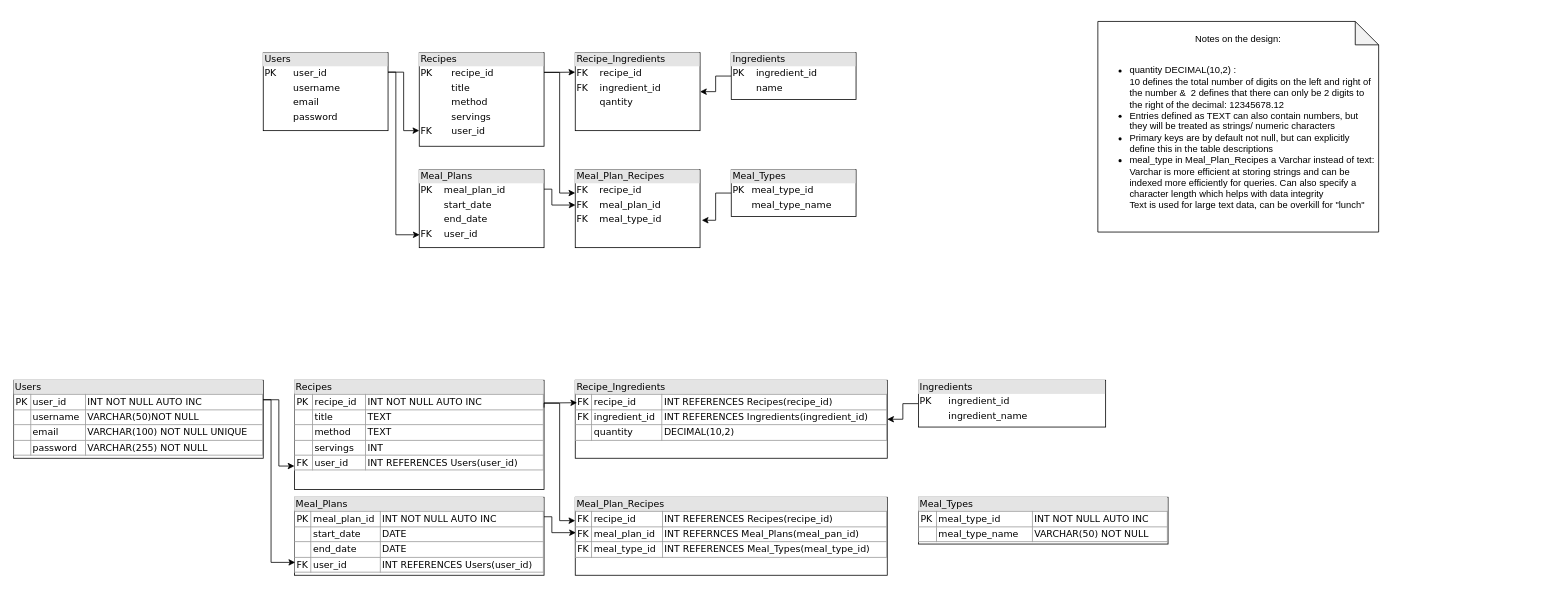
Before: _documentation/MealPlanner.drawio in dmcneill15/IOD-Capstone-MealPlanner, a draw.io diagram. Source tidied: cells renumbered, new cells numbered last; positions are measured from the earlier drawing's top-left corner, leaving out a move shared by most shapes. Both pictures are drawn from the tidied source at 78%, with x=0, y=0 at pixel (13, 21).
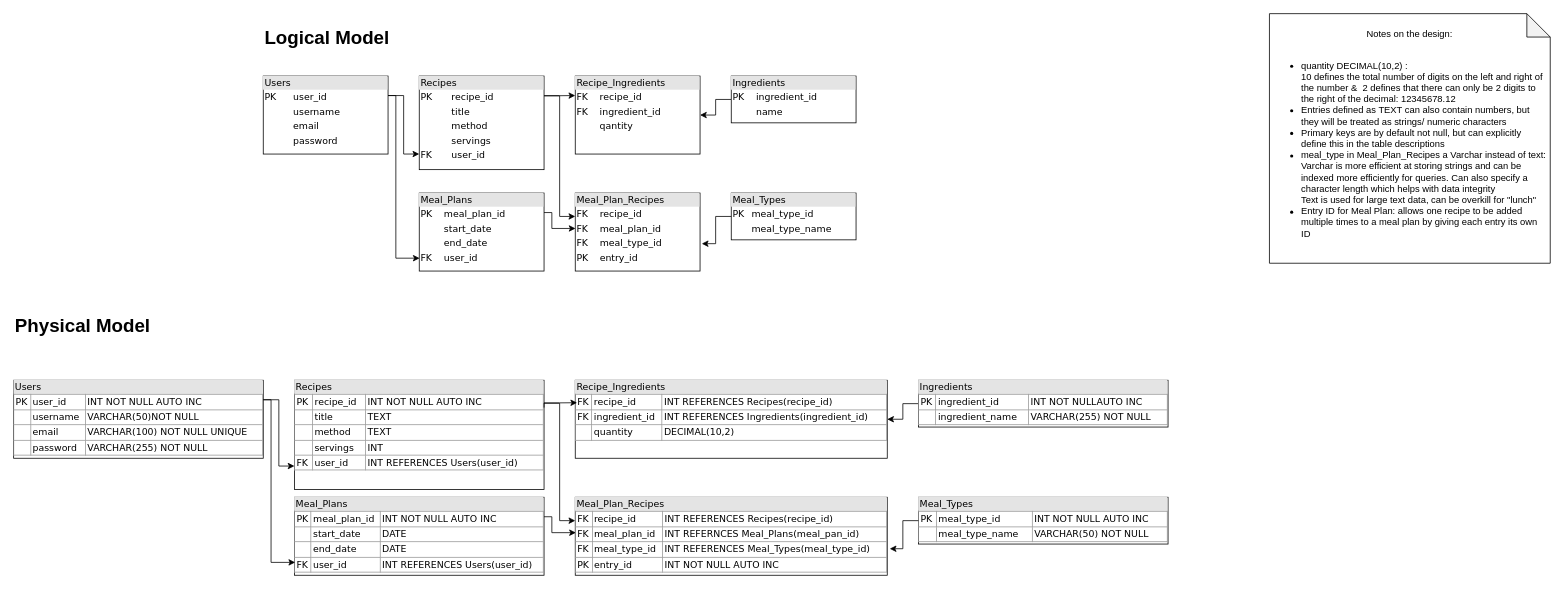
After the change.

Unchanged cells that the change refers to:
```xml
<mxCell id="27" value="&lt;div style=&quot;box-sizing: border-box ; width: 100% ; background: #e4e4e4 ; padding: 2px&quot;&gt;Meal_Types&lt;/div&gt;&lt;table border=&quot;1&quot; style=&quot;width: 100%; font-size: 1em; border: 1px solid rgb(153, 153, 153); border-collapse: collapse;&quot; cellpadding=&quot;2&quot; cellspacing=&quot;0&quot;&gt;&lt;tbody&gt;&lt;tr&gt;&lt;td&gt;PK&lt;/td&gt;&lt;td&gt;meal_type_id&lt;/td&gt;&lt;td&gt;INT NOT NULL AUTO INC&lt;/td&gt;&lt;/tr&gt;&lt;tr&gt;&lt;td&gt;&lt;br&gt;&lt;/td&gt;&lt;td&gt;meal_type_name&lt;/td&gt;&lt;td&gt;VARCHAR(50) NOT NULL&lt;/td&gt;&lt;/tr&gt;&lt;/tbody&gt;&lt;/table&gt;" style="verticalAlign=top;align=left;overflow=fill;html=1;rounded=0;shadow=0;comic=0;labelBackgroundColor=none;strokeWidth=1;fontFamily=Verdana;fontSize=12;" parent="1" vertex="1">
  <mxGeometry x="1160" y="610" width="320" height="60" as="geometry" />
</mxCell>
```

Diff of the diagram source:
```diff
@@
     <mxCell id="2" value="&lt;div style=&quot;box-sizing: border-box ; width: 100% ; background: #e4e4e4 ; padding: 2px&quot;&gt;Users&lt;/div&gt;&lt;table style=&quot;width: 100% ; font-size: 1em&quot; cellpadding=&quot;2&quot; cellspacing=&quot;0&quot;&gt;&lt;tbody&gt;&lt;tr&gt;&lt;td&gt;PK&lt;/td&gt;&lt;td&gt;user_id&lt;/td&gt;&lt;/tr&gt;&lt;tr&gt;&lt;td&gt;&lt;br&gt;&lt;/td&gt;&lt;td&gt;username&lt;/td&gt;&lt;/tr&gt;&lt;tr&gt;&lt;td&gt;&lt;/td&gt;&lt;td&gt;email&lt;/td&gt;&lt;/tr&gt;&lt;tr&gt;&lt;td&gt;&lt;br&gt;&lt;/td&gt;&lt;td&gt;password&lt;br&gt;&lt;/td&gt;&lt;/tr&gt;&lt;/tbody&gt;&lt;/table&gt;" style="verticalAlign=top;align=left;overflow=fill;html=1;rounded=0;shadow=0;comic=0;labelBackgroundColor=none;strokeWidth=1;fontFamily=Verdana;fontSize=12;" parent="1" vertex="1">
-      <mxGeometry x="320" y="40" width="160" height="100" as="geometry" />
+      <mxGeometry x="320" y="70" width="160" height="100" as="geometry" />
     </mxCell>
@@
     <mxCell id="4" style="edgeStyle=orthogonalEdgeStyle;rounded=0;jettySize=auto;html=1;exitX=0.996;exitY=0.211;exitDx=0;exitDy=0;entryX=0;entryY=0.3;entryDx=0;entryDy=0;entryPerimeter=0;exitPerimeter=0;" parent="1" edge="1" source="5" target="10">
       <mxGeometry relative="1" as="geometry">
         <Array as="points">
-          <mxPoint x="700" y="65" />
-          <mxPoint x="700" y="220" />
+          <mxPoint x="700" y="95" />
+          <mxPoint x="700" y="250" />
         </Array>
       </mxGeometry>
     </mxCell>
     <mxCell id="5" value="&lt;div style=&quot;box-sizing: border-box ; width: 100% ; background: #e4e4e4 ; padding: 2px&quot;&gt;Recipes&lt;/div&gt;&lt;table style=&quot;width: 100% ; font-size: 1em&quot; cellpadding=&quot;2&quot; cellspacing=&quot;0&quot;&gt;&lt;tbody&gt;&lt;tr&gt;&lt;td&gt;PK&lt;/td&gt;&lt;td&gt;recipe_id&lt;/td&gt;&lt;/tr&gt;&lt;tr&gt;&lt;td&gt;&lt;br&gt;&lt;/td&gt;&lt;td&gt;title&lt;/td&gt;&lt;/tr&gt;&lt;tr&gt;&lt;td&gt;&lt;/td&gt;&lt;td&gt;method&lt;/td&gt;&lt;/tr&gt;&lt;tr&gt;&lt;td&gt;&lt;br&gt;&lt;/td&gt;&lt;td&gt;servings&lt;br&gt;&lt;/td&gt;&lt;/tr&gt;&lt;tr&gt;&lt;td&gt;FK&lt;/td&gt;&lt;td&gt;user_id&lt;/td&gt;&lt;/tr&gt;&lt;/tbody&gt;&lt;/table&gt;" style="verticalAlign=top;align=left;overflow=fill;html=1;rounded=0;shadow=0;comic=0;labelBackgroundColor=none;strokeWidth=1;fontFamily=Verdana;fontSize=12;" parent="1" vertex="1">
-      <mxGeometry x="520" y="40" width="160" height="120" as="geometry" />
+      <mxGeometry x="520" y="70" width="160" height="120" as="geometry" />
     </mxCell>
     <mxCell id="6" value="&lt;div style=&quot;box-sizing: border-box ; width: 100% ; background: #e4e4e4 ; padding: 2px&quot;&gt;Meal_Plans&lt;/div&gt;&lt;table style=&quot;width: 100% ; font-size: 1em&quot; cellpadding=&quot;2&quot; cellspacing=&quot;0&quot;&gt;&lt;tbody&gt;&lt;tr&gt;&lt;td&gt;PK&lt;/td&gt;&lt;td&gt;meal_plan_id&lt;/td&gt;&lt;/tr&gt;&lt;tr&gt;&lt;td&gt;&lt;br&gt;&lt;/td&gt;&lt;td&gt;start_date&lt;/td&gt;&lt;/tr&gt;&lt;tr&gt;&lt;td&gt;&lt;/td&gt;&lt;td&gt;end_date&lt;/td&gt;&lt;/tr&gt;&lt;tr&gt;&lt;td&gt;FK&lt;/td&gt;&lt;td&gt;user_id&lt;/td&gt;&lt;/tr&gt;&lt;/tbody&gt;&lt;/table&gt;" style="verticalAlign=top;align=left;overflow=fill;html=1;rounded=0;shadow=0;comic=0;labelBackgroundColor=none;strokeWidth=1;fontFamily=Verdana;fontSize=12;" parent="1" vertex="1">
-      <mxGeometry x="520" y="190" width="160" height="100" as="geometry" />
+      <mxGeometry x="520" y="220" width="160" height="100" as="geometry" />
     </mxCell>
@@
     <mxCell id="8" value="&lt;div style=&quot;box-sizing: border-box ; width: 100% ; background: #e4e4e4 ; padding: 2px&quot;&gt;Ingredients&lt;/div&gt;&lt;table style=&quot;width: 100% ; font-size: 1em&quot; cellpadding=&quot;2&quot; cellspacing=&quot;0&quot;&gt;&lt;tbody&gt;&lt;tr&gt;&lt;td&gt;PK&lt;/td&gt;&lt;td&gt;ingredient_id&lt;/td&gt;&lt;/tr&gt;&lt;tr&gt;&lt;td&gt;&lt;br&gt;&lt;/td&gt;&lt;td&gt;name&lt;/td&gt;&lt;/tr&gt;&lt;/tbody&gt;&lt;/table&gt;" style="verticalAlign=top;align=left;overflow=fill;html=1;rounded=0;shadow=0;comic=0;labelBackgroundColor=none;strokeWidth=1;fontFamily=Verdana;fontSize=12;" parent="1" vertex="1">
-      <mxGeometry x="920" y="40" width="160" height="60" as="geometry" />
+      <mxGeometry x="920" y="70" width="160" height="60" as="geometry" />
     </mxCell>
     <mxCell id="9" value="&lt;div style=&quot;box-sizing: border-box ; width: 100% ; background: #e4e4e4 ; padding: 2px&quot;&gt;Recipe_Ingredients&lt;/div&gt;&lt;table style=&quot;width: 100% ; font-size: 1em&quot; cellpadding=&quot;2&quot; cellspacing=&quot;0&quot;&gt;&lt;tbody&gt;&lt;tr&gt;&lt;td&gt;FK&lt;/td&gt;&lt;td&gt;recipe_id&lt;/td&gt;&lt;/tr&gt;&lt;tr&gt;&lt;td&gt;FK&lt;/td&gt;&lt;td&gt;ingredient_id&lt;/td&gt;&lt;/tr&gt;&lt;tr&gt;&lt;td&gt;&lt;br&gt;&lt;/td&gt;&lt;td&gt;qantity&lt;/td&gt;&lt;/tr&gt;&lt;/tbody&gt;&lt;/table&gt;" style="verticalAlign=top;align=left;overflow=fill;html=1;rounded=0;shadow=0;comic=0;labelBackgroundColor=none;strokeWidth=1;fontFamily=Verdana;fontSize=12;" parent="1" vertex="1">
-      <mxGeometry x="720" y="40" width="160" height="100" as="geometry" />
+      <mxGeometry x="720" y="70" width="160" height="100" as="geometry" />
     </mxCell>
-    <mxCell id="10" value="&lt;div style=&quot;box-sizing: border-box ; width: 100% ; background: #e4e4e4 ; padding: 2px&quot;&gt;Meal_Plan_Recipes&lt;/div&gt;&lt;table style=&quot;width: 100% ; font-size: 1em&quot; cellpadding=&quot;2&quot; cellspacing=&quot;0&quot;&gt;&lt;tbody&gt;&lt;tr&gt;&lt;td&gt;FK&lt;/td&gt;&lt;td&gt;recipe_id&lt;/td&gt;&lt;/tr&gt;&lt;tr&gt;&lt;td&gt;FK&lt;/td&gt;&lt;td&gt;meal_plan_id&lt;/td&gt;&lt;/tr&gt;&lt;tr&gt;&lt;td&gt;FK&lt;/td&gt;&lt;td&gt;meal_type_id&lt;/td&gt;&lt;/tr&gt;&lt;/tbody&gt;&lt;/table&gt;" style="verticalAlign=top;align=left;overflow=fill;html=1;rounded=0;shadow=0;comic=0;labelBackgroundColor=none;strokeWidth=1;fontFamily=Verdana;fontSize=12;" parent="1" vertex="1">
-      <mxGeometry x="720" y="190" width="160" height="100" as="geometry" />
+    <mxCell id="10" value="&lt;div style=&quot;box-sizing: border-box ; width: 100% ; background: #e4e4e4 ; padding: 2px&quot;&gt;Meal_Plan_Recipes&lt;/div&gt;&lt;table style=&quot;width: 100% ; font-size: 1em&quot; cellpadding=&quot;2&quot; cellspacing=&quot;0&quot;&gt;&lt;tbody&gt;&lt;tr&gt;&lt;td&gt;FK&lt;/td&gt;&lt;td&gt;recipe_id&lt;/td&gt;&lt;/tr&gt;&lt;tr&gt;&lt;td&gt;FK&lt;/td&gt;&lt;td&gt;meal_plan_id&lt;/td&gt;&lt;/tr&gt;&lt;tr&gt;&lt;td&gt;FK&lt;/td&gt;&lt;td&gt;meal_type_id&lt;/td&gt;&lt;/tr&gt;&lt;tr&gt;&lt;td&gt;PK&lt;/td&gt;&lt;td&gt;entry_id&lt;/td&gt;&lt;/tr&gt;&lt;/tbody&gt;&lt;/table&gt;" style="verticalAlign=top;align=left;overflow=fill;html=1;rounded=0;shadow=0;comic=0;labelBackgroundColor=none;strokeWidth=1;fontFamily=Verdana;fontSize=12;" parent="1" vertex="1">
+      <mxGeometry x="720" y="220" width="160" height="100" as="geometry" />
     </mxCell>
@@
     <mxCell id="12" style="edgeStyle=orthogonalEdgeStyle;rounded=0;jettySize=auto;html=1;exitX=1;exitY=0.25;exitDx=0;exitDy=0;entryX=0.003;entryY=0.835;entryDx=0;entryDy=0;entryPerimeter=0;" parent="1" edge="1" source="2" target="6">
       <mxGeometry relative="1" as="geometry">
         <Array as="points">
-          <mxPoint x="490" y="65" />
-          <mxPoint x="490" y="274" />
+          <mxPoint x="490" y="95" />
+          <mxPoint x="490" y="304" />
         </Array>
       </mxGeometry>
     </mxCell>
     <mxCell id="13" style="edgeStyle=orthogonalEdgeStyle;rounded=0;jettySize=auto;html=1;exitX=1;exitY=0.25;exitDx=0;exitDy=0;entryX=0.002;entryY=0.454;entryDx=0;entryDy=0;entryPerimeter=0;" parent="1" edge="1" source="6" target="10">
       <mxGeometry relative="1" as="geometry">
         <Array as="points">
-          <mxPoint x="690" y="215" />
-          <mxPoint x="690" y="235" />
+          <mxPoint x="690" y="245" />
+          <mxPoint x="690" y="265" />
         </Array>
       </mxGeometry>
     </mxCell>
@@
-    <mxCell id="19" value="&lt;div style=&quot;box-sizing: border-box ; width: 100% ; background: #e4e4e4 ; padding: 2px&quot;&gt;Ingredients&lt;/div&gt;&lt;table style=&quot;width: 100% ; font-size: 1em&quot; cellpadding=&quot;2&quot; cellspacing=&quot;0&quot;&gt;&lt;tbody&gt;&lt;tr&gt;&lt;td&gt;PK&lt;/td&gt;&lt;td&gt;ingredient_id&lt;/td&gt;&lt;/tr&gt;&lt;tr&gt;&lt;td&gt;&lt;br&gt;&lt;/td&gt;&lt;td&gt;ingredient_name&lt;/td&gt;&lt;/tr&gt;&lt;/tbody&gt;&lt;/table&gt;" style="verticalAlign=top;align=left;overflow=fill;html=1;rounded=0;shadow=0;comic=0;labelBackgroundColor=none;strokeWidth=1;fontFamily=Verdana;fontSize=12;" parent="1" vertex="1">
-      <mxGeometry x="1160" y="460" width="240" height="60" as="geometry" />
+    <mxCell id="19" value="&lt;div style=&quot;box-sizing: border-box ; width: 100% ; background: #e4e4e4 ; padding: 2px&quot;&gt;Ingredients&lt;/div&gt;&lt;table border=&quot;1&quot; style=&quot;width: 100%; font-size: 1em; border: 1px solid rgb(153, 153, 153); border-collapse: collapse;&quot; cellpadding=&quot;2&quot; cellspacing=&quot;0&quot;&gt;&lt;tbody&gt;&lt;tr&gt;&lt;td&gt;PK&lt;/td&gt;&lt;td&gt;ingredient_id&lt;/td&gt;&lt;td&gt;INT NOT NULLAUTO INC&lt;/td&gt;&lt;/tr&gt;&lt;tr&gt;&lt;td&gt;&lt;br&gt;&lt;/td&gt;&lt;td&gt;ingredient_name&lt;/td&gt;&lt;td&gt;VARCHAR(255) NOT NULL&lt;/td&gt;&lt;/tr&gt;&lt;/tbody&gt;&lt;/table&gt;" style="verticalAlign=top;align=left;overflow=fill;html=1;rounded=0;shadow=0;comic=0;labelBackgroundColor=none;strokeWidth=1;fontFamily=Verdana;fontSize=12;" parent="1" vertex="1">
+      <mxGeometry x="1160" y="460" width="320" height="60" as="geometry" />
     </mxCell>
@@
-    <mxCell id="21" value="&lt;div style=&quot;box-sizing: border-box ; width: 100% ; background: #e4e4e4 ; padding: 2px&quot;&gt;Meal_Plan_Recipes&lt;/div&gt;&lt;table border=&quot;1&quot; style=&quot;width: 100%; font-size: 1em; border: 1px solid rgb(153, 153, 153); border-collapse: collapse;&quot; cellpadding=&quot;2&quot; cellspacing=&quot;0&quot;&gt;&lt;tbody&gt;&lt;tr&gt;&lt;td&gt;FK&lt;/td&gt;&lt;td&gt;recipe_id&lt;/td&gt;&lt;td&gt;INT REFERENCES Recipes(recipe_id)&lt;/td&gt;&lt;/tr&gt;&lt;tr&gt;&lt;td&gt;FK&lt;/td&gt;&lt;td&gt;meal_plan_id&lt;/td&gt;&lt;td&gt;INT REFERNCES Meal_Plans(meal_pan_id)&lt;/td&gt;&lt;/tr&gt;&lt;tr&gt;&lt;td&gt;FK&lt;/td&gt;&lt;td&gt;meal_type_id&lt;/td&gt;&lt;td&gt;INT REFERENCES Meal_Types(meal_type_id)&lt;/td&gt;&lt;/tr&gt;&lt;/tbody&gt;&lt;/table&gt;" style="verticalAlign=top;align=left;overflow=fill;html=1;rounded=0;shadow=0;comic=0;labelBackgroundColor=none;strokeWidth=1;fontFamily=Verdana;fontSize=12;" parent="1" vertex="1">
+    <mxCell id="21" value="&lt;div style=&quot;box-sizing: border-box ; width: 100% ; background: #e4e4e4 ; padding: 2px&quot;&gt;Meal_Plan_Recipes&lt;/div&gt;&lt;table border=&quot;1&quot; style=&quot;width: 100%; font-size: 1em; border: 1px solid rgb(153, 153, 153); border-collapse: collapse;&quot; cellpadding=&quot;2&quot; cellspacing=&quot;0&quot;&gt;&lt;tbody&gt;&lt;tr&gt;&lt;td&gt;FK&lt;/td&gt;&lt;td&gt;recipe_id&lt;/td&gt;&lt;td&gt;INT REFERENCES Recipes(recipe_id)&lt;/td&gt;&lt;/tr&gt;&lt;tr&gt;&lt;td&gt;FK&lt;/td&gt;&lt;td&gt;meal_plan_id&lt;/td&gt;&lt;td&gt;INT REFERNCES Meal_Plans(meal_pan_id)&lt;/td&gt;&lt;/tr&gt;&lt;tr&gt;&lt;td&gt;FK&lt;/td&gt;&lt;td&gt;meal_type_id&lt;/td&gt;&lt;td&gt;INT REFERENCES Meal_Types(meal_type_id)&lt;/td&gt;&lt;/tr&gt;&lt;tr&gt;&lt;td&gt;PK&lt;/td&gt;&lt;td&gt;entry_id&lt;/td&gt;&lt;td&gt;INT NOT NULL AUTO INC&lt;/td&gt;&lt;/tr&gt;&lt;/tbody&gt;&lt;/table&gt;" style="verticalAlign=top;align=left;overflow=fill;html=1;rounded=0;shadow=0;comic=0;labelBackgroundColor=none;strokeWidth=1;fontFamily=Verdana;fontSize=12;" parent="1" vertex="1">
       <mxGeometry x="720" y="610" width="400" height="100" as="geometry" />
     </mxCell>
@@
-    <mxCell id="26" value="Notes on the design:&lt;div&gt;&lt;br&gt;&lt;div style=&quot;text-align: left;&quot;&gt;&lt;ul&gt;&lt;li&gt;quantity DECIMAL(10,2) : &lt;br&gt;10 defines the total number of digits on the left and right of the number &amp;amp;&amp;nbsp; 2 defines that there can only be 2 digits to the right of the decimal: 12345678.12&lt;/li&gt;&lt;li&gt;Entries defined as TEXT can also contain numbers, but they will be treated as strings/ numeric characters&lt;/li&gt;&lt;li&gt;Primary keys are by default not null, but can explicitly define this in the table descriptions&lt;/li&gt;&lt;li&gt;meal_type in Meal_Plan_Recipes a Varchar instead of text:&lt;br&gt;Varchar is more efficient at storing strings and can be indexed more efficiently for queries. Can also specify a character length which helps with data integrity&lt;br&gt;Text is used for large text data, can be overkill for &quot;lunch&quot;&lt;br&gt;&lt;/li&gt;&lt;/ul&gt;&lt;/div&gt;&lt;/div&gt;" style="shape=note;whiteSpace=wrap;html=1;backgroundOutline=1;darkOpacity=0.05;" parent="1" vertex="1">
-      <mxGeometry x="1390" width="360" height="270" as="geometry" />
+    <mxCell id="26" value="Notes on the design:&lt;div&gt;&lt;br&gt;&lt;div style=&quot;text-align: left;&quot;&gt;&lt;ul&gt;&lt;li&gt;quantity DECIMAL(10,2) : &lt;br&gt;10 defines the total number of digits on the left and right of the number &amp;amp;&amp;nbsp; 2 defines that there can only be 2 digits to the right of the decimal: 12345678.12&lt;/li&gt;&lt;li&gt;Entries defined as TEXT can also contain numbers, but they will be treated as strings/ numeric characters&lt;/li&gt;&lt;li&gt;Primary keys are by default not null, but can explicitly define this in the table descriptions&lt;/li&gt;&lt;li&gt;meal_type in Meal_Plan_Recipes a Varchar instead of text:&lt;br&gt;Varchar is more efficient at storing strings and can be indexed more efficiently for queries. Can also specify a character length which helps with data integrity&lt;br&gt;Text is used for large text data, can be overkill for &quot;lunch&quot;&lt;br&gt;&lt;/li&gt;&lt;li&gt;Entry ID for Meal Plan: allows one recipe to be added multiple times to a meal plan by giving each entry its own ID&lt;/li&gt;&lt;/ul&gt;&lt;/div&gt;&lt;/div&gt;" style="shape=note;whiteSpace=wrap;html=1;backgroundOutline=1;darkOpacity=0.05;" parent="1" vertex="1">
+      <mxGeometry x="1610" y="-10" width="360" height="320" as="geometry" />
     </mxCell>
@@
     <mxCell id="28" value="&lt;div style=&quot;box-sizing: border-box ; width: 100% ; background: #e4e4e4 ; padding: 2px&quot;&gt;Meal_Types&lt;/div&gt;&lt;table style=&quot;width: 100% ; font-size: 1em&quot; cellpadding=&quot;2&quot; cellspacing=&quot;0&quot;&gt;&lt;tbody&gt;&lt;tr&gt;&lt;td&gt;PK&lt;/td&gt;&lt;td&gt;meal_type_id&lt;/td&gt;&lt;/tr&gt;&lt;tr&gt;&lt;td&gt;&lt;br&gt;&lt;/td&gt;&lt;td&gt;meal_type_name&lt;/td&gt;&lt;/tr&gt;&lt;/tbody&gt;&lt;/table&gt;" style="verticalAlign=top;align=left;overflow=fill;html=1;rounded=0;shadow=0;comic=0;labelBackgroundColor=none;strokeWidth=1;fontFamily=Verdana;fontSize=12;" parent="1" vertex="1">
-      <mxGeometry x="920" y="190" width="160" height="60" as="geometry" />
+      <mxGeometry x="920" y="220" width="160" height="60" as="geometry" />
     </mxCell>
@@
+    <mxCell id="30" style="edgeStyle=orthogonalEdgeStyle;rounded=0;jettySize=auto;html=1;exitX=0;exitY=0.5;exitDx=0;exitDy=0;entryX=1.008;entryY=0.66;entryDx=0;entryDy=0;entryPerimeter=0;" parent="1" edge="1" source="27" target="21">
+      <mxGeometry relative="1" as="geometry" />
+    </mxCell>
+    <mxCell id="31" value="&lt;h1 style=&quot;margin-top: 0px;&quot;&gt;Logical Model&lt;/h1&gt;" style="text;html=1;whiteSpace=wrap;overflow=hidden;rounded=0;" parent="1" vertex="1">
+      <mxGeometry x="320" width="180" height="50" as="geometry" />
+    </mxCell>
+    <mxCell id="32" value="&lt;h1 style=&quot;margin-top: 0px;&quot;&gt;Physical Model&lt;/h1&gt;" style="text;html=1;whiteSpace=wrap;overflow=hidden;rounded=0;" parent="1" vertex="1">
+      <mxGeometry y="370" width="180" height="50" as="geometry" />
+    </mxCell>
```
